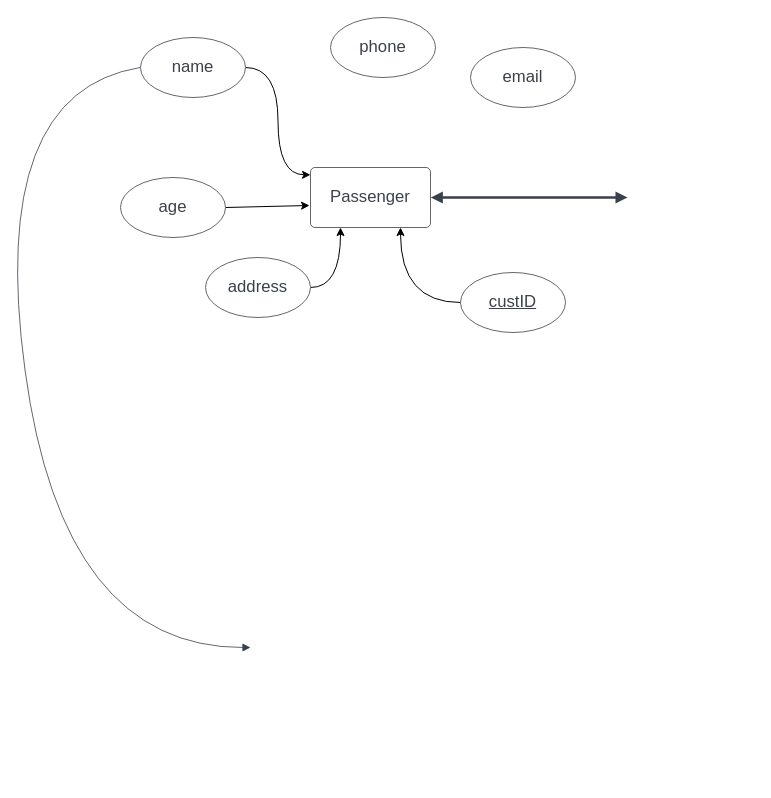
Above: Airline_E-R.drawio in hey-emac/CSE5720-Databases (draw.io), before the change. Source tidied: cells renumbered, new cells numbered last; positions are measured from the earlier drawing's top-left corner, leaving out a move shared by most shapes. Both pictures are drawn from the tidied source at 100%, with x=0, y=0 at pixel (-13, 17).
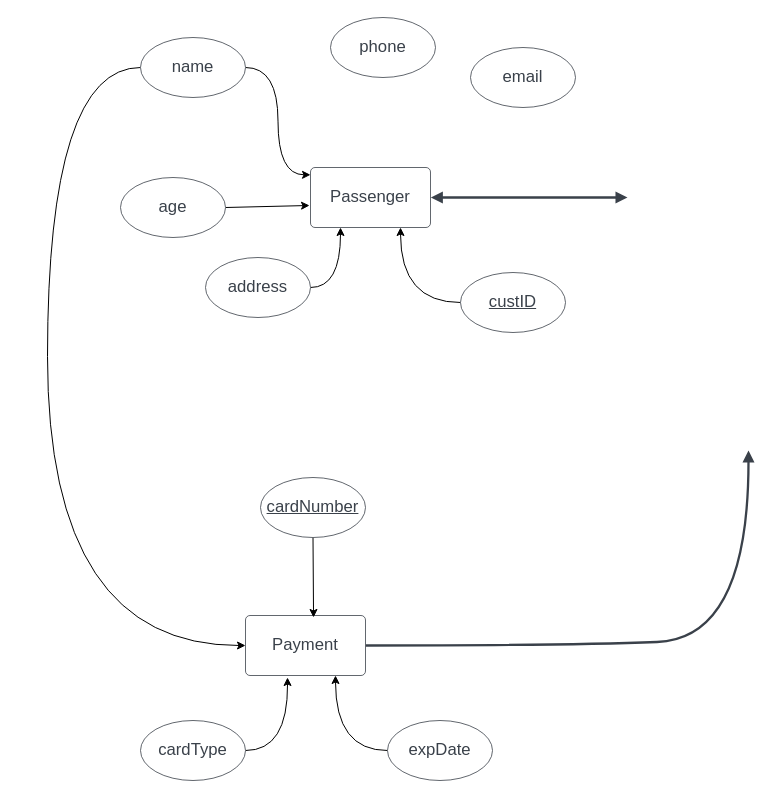
After the change.

Unchanged cells that the change refers to:
```xml
<mxCell id="9" value="name" style="html=1;overflow=block;blockSpacing=1;whiteSpace=wrap;ellipse;fontSize=16.7;fontColor=#3a414a;spacing=3.8;strokeColor=#3a414a;strokeOpacity=100;rounded=1;absoluteArcSize=1;arcSize=9;strokeWidth=0.8;lucidId=8sNcfHMIBd2_;" parent="1" vertex="1">
  <mxGeometry x="153" y="20" width="105" height="60" as="geometry" />
</mxCell>
```

The edit, as a diff of the source:
```diff
@@
+    <mxCell id="15" style="edgeStyle=orthogonalEdgeStyle;curved=1;rounded=0;jettySize=auto;html=1;exitX=0;exitY=0.5;exitDx=0;exitDy=0;entryX=0;entryY=0.5;entryDx=0;entryDy=0;" parent="1" edge="1" source="9" target="16">
+      <mxGeometry relative="1" as="geometry">
+        <Array as="points">
+          <mxPoint x="60" y="50" />
+          <mxPoint x="60" y="628" />
+        </Array>
+      </mxGeometry>
+    </mxCell>
@@
-    <mxCell id="13" style="html=1;jettySize=18;whiteSpace=wrap;fontSize=13;strokeColor=#3a414a;strokeOpacity=100;strokeWidth=0.8;rounded=1;arcSize=12;curved=1;startArrow=none;endArrow=block;endFill=1;exitX=-0.004;exitY=0.5;exitPerimeter=0;entryX=-0.003;entryY=0.5;entryPerimeter=0;lucidId=lJNcCiRMxYsW;" parent="1" edge="1" source="9">
-      <mxGeometry relative="1" as="geometry">
-        <mxPoint x="263" y="630" as="targetPoint" />
-        <Array as="points">
-          <mxPoint y="75" />
-          <mxPoint x="75" y="630" />
-        </Array>
-      </mxGeometry>
-    </mxCell>
@@
+    <mxCell id="16" value="Payment" style="html=1;overflow=block;blockSpacing=1;whiteSpace=wrap;fontSize=16.7;fontColor=#3a414a;spacing=3.8;strokeColor=#3a414a;strokeOpacity=100;rounded=1;absoluteArcSize=1;arcSize=9;strokeWidth=0.8;lucidId=lpNcRj1GLu4f;" parent="1" vertex="1">
+      <mxGeometry x="258" y="598" width="120" height="60" as="geometry" />
+    </mxCell>
+    <mxCell id="17" style="rounded=0;jettySize=auto;html=1;exitX=0.5;exitY=1;exitDx=0;exitDy=0;entryX=0.567;entryY=0.033;entryDx=0;entryDy=0;entryPerimeter=0;" parent="1" edge="1" source="18" target="16">
+      <mxGeometry relative="1" as="geometry" />
+    </mxCell>
+    <mxCell id="18" value="cardNumber" style="html=1;overflow=block;blockSpacing=1;whiteSpace=wrap;ellipse;fontSize=16.7;fontColor=#3a414a;fontStyle=4;spacing=3.8;strokeColor=#3a414a;strokeOpacity=100;rounded=1;absoluteArcSize=1;arcSize=9;strokeWidth=0.8;lucidId=YHNcQHLzXFnK;" parent="1" vertex="1">
+      <mxGeometry x="273" y="460" width="105" height="60" as="geometry" />
+    </mxCell>
+    <mxCell id="19" style="edgeStyle=orthogonalEdgeStyle;curved=1;rounded=0;jettySize=auto;html=1;exitX=0;exitY=0.5;exitDx=0;exitDy=0;entryX=0.75;entryY=1;entryDx=0;entryDy=0;" parent="1" edge="1" source="20" target="16">
+      <mxGeometry relative="1" as="geometry" />
+    </mxCell>
+    <mxCell id="20" value="expDate" style="html=1;overflow=block;blockSpacing=1;whiteSpace=wrap;ellipse;fontSize=16.7;fontColor=#3a414a;spacing=3.8;strokeColor=#3a414a;strokeOpacity=100;rounded=1;absoluteArcSize=1;arcSize=9;strokeWidth=0.8;lucidId=7HNcMu~Wa0Ul;" parent="1" vertex="1">
+      <mxGeometry x="400" y="703" width="105" height="60" as="geometry" />
+    </mxCell>
+    <mxCell id="21" style="edgeStyle=orthogonalEdgeStyle;curved=1;rounded=0;jettySize=auto;html=1;exitX=1;exitY=0.5;exitDx=0;exitDy=0;" parent="1" edge="1" source="22">
+      <mxGeometry relative="1" as="geometry">
+        <mxPoint x="300" y="660" as="targetPoint" />
+      </mxGeometry>
+    </mxCell>
+    <mxCell id="22" value="cardType" style="html=1;overflow=block;blockSpacing=1;whiteSpace=wrap;ellipse;fontSize=16.7;fontColor=#3a414a;spacing=3.8;strokeColor=#3a414a;strokeOpacity=100;rounded=1;absoluteArcSize=1;arcSize=9;strokeWidth=0.8;lucidId=9HNcpBpuubVO;" parent="1" vertex="1">
+      <mxGeometry x="153" y="703" width="105" height="60" as="geometry" />
+    </mxCell>
+    <mxCell id="23" style="html=1;jettySize=18;whiteSpace=wrap;fontSize=13;strokeColor=#3a414a;strokeOpacity=100;strokeWidth=2.3;rounded=1;arcSize=12;curved=1;startArrow=none;endArrow=block;endFill=1;exitX=1.003;exitY=0.5;exitPerimeter=0;entryX=0.217;entryY=1.006;entryPerimeter=0;lucidId=SKNcfHXY8eeW;" parent="1" edge="1" source="16">
+      <mxGeometry relative="1" as="geometry">
+        <mxPoint x="761" y="433" as="targetPoint" />
+        <Array as="points">
+          <mxPoint x="578" y="628" />
+          <mxPoint x="761" y="621" />
+        </Array>
+      </mxGeometry>
+    </mxCell>
```
